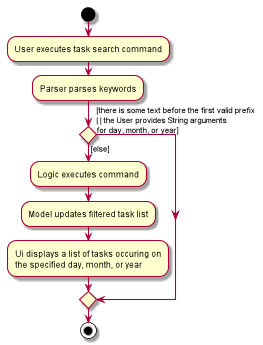
Earlier version of the PlantUML export docs/images/TaskSearchActivityDiagram.png (zixinn/main).
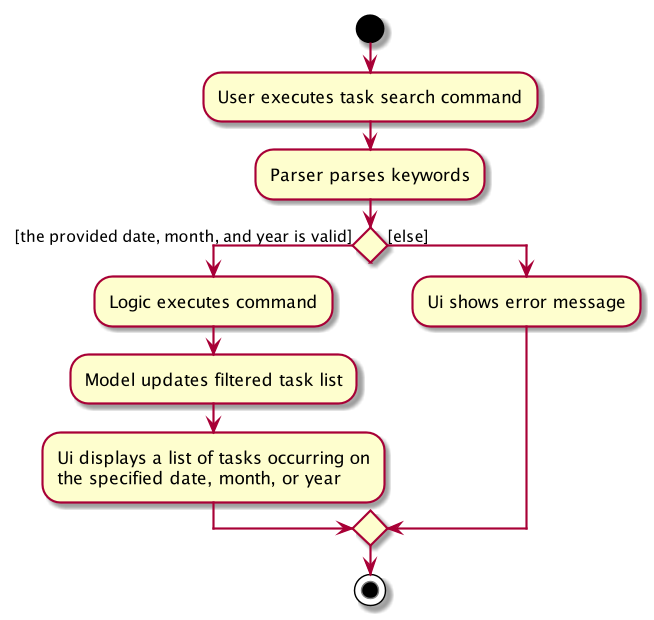
The same file after the commit.

Diff of the diagram source:
```diff
@@ -3,14 +3,13 @@
 start
 :User executes task search command;
 :Parser parses keywords;
-if () then ([else])
+if () then ([the provided date, month, and year is valid])
     :Logic executes command;
     :Model updates filtered task list;
-    :Ui displays a list of tasks occuring on
-    the specified day, month, or year;
-else ([there is some text before the first valid prefix
-| | the User provides String arguments
-for day, month, or year])
+    :Ui displays a list of tasks occurring on
+    the specified date, month, or year;
+else ([else])
+    :Ui shows error message;
 endif
 stop
 @enduml
```
